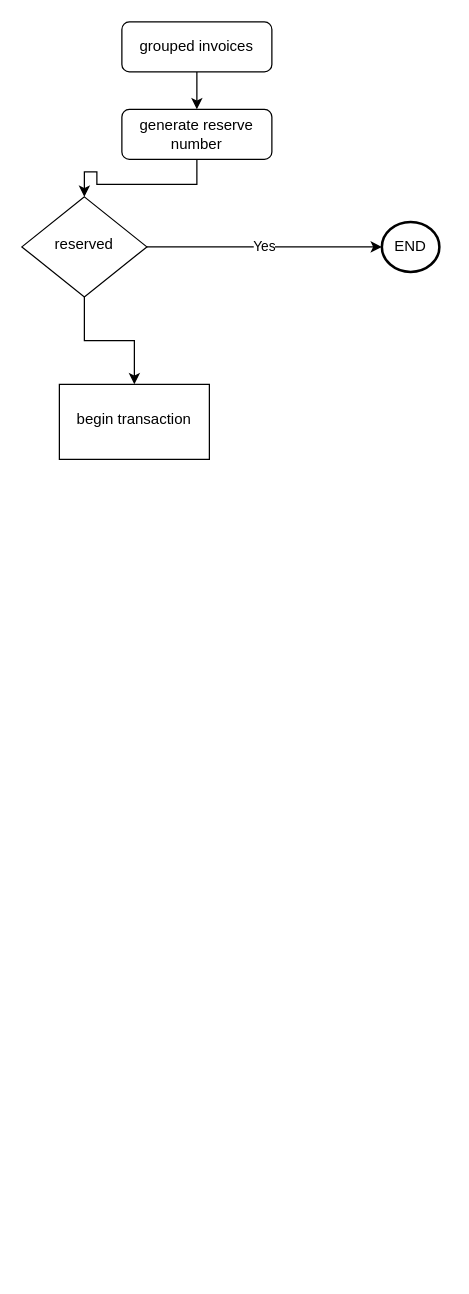
Above: ncc_flow.drawio in yi2003/diagram (draw.io), before the change. Source tidied: cells renumbered, new cells numbered last; positions are measured from the earlier drawing's top-left corner, leaving out a move shared by most shapes. Both pictures are drawn from the tidied source at 125%, with x=0, y=0 at pixel (21, 21).
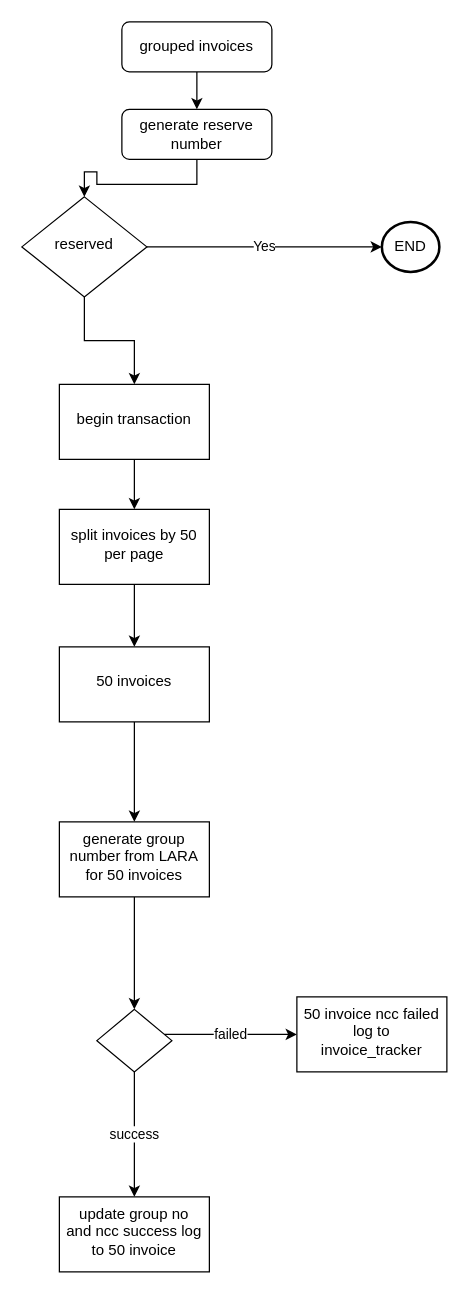
The same diagram, later.

The change refers to these unchanged cells:
```xml
<mxCell id="10" value="begin transaction" style="whiteSpace=wrap;html=1;shadow=0;strokeWidth=1;spacing=6;spacingTop=-4;" parent="1" vertex="1">
  <mxGeometry x="30" y="290" width="120" height="60" as="geometry" />
</mxCell>
```

Diff of the diagram source:
```diff
@@
+    <mxCell id="11" style="edgeStyle=orthogonalEdgeStyle;rounded=0;jettySize=auto;html=1;" parent="1" edge="1" source="10" target="13">
+      <mxGeometry relative="1" as="geometry" />
+    </mxCell>
@@
+    <mxCell id="12" style="edgeStyle=orthogonalEdgeStyle;rounded=0;jettySize=auto;html=1;" parent="1" edge="1" source="13" target="15">
+      <mxGeometry relative="1" as="geometry" />
+    </mxCell>
+    <mxCell id="13" value="split invoices by 50 per page" style="whiteSpace=wrap;html=1;shadow=0;strokeWidth=1;spacing=6;spacingTop=-4;" parent="1" vertex="1">
+      <mxGeometry x="30" y="390" width="120" height="60" as="geometry" />
+    </mxCell>
+    <mxCell id="14" style="edgeStyle=orthogonalEdgeStyle;rounded=0;jettySize=auto;html=1;" parent="1" edge="1" source="15" target="17">
+      <mxGeometry relative="1" as="geometry" />
+    </mxCell>
+    <mxCell id="15" value="50 invoices" style="whiteSpace=wrap;html=1;shadow=0;strokeWidth=1;spacing=6;spacingTop=-4;" parent="1" vertex="1">
+      <mxGeometry x="30" y="500" width="120" height="60" as="geometry" />
+    </mxCell>
+    <mxCell id="16" style="edgeStyle=orthogonalEdgeStyle;rounded=0;jettySize=auto;html=1;" parent="1" edge="1" source="17" target="20">
+      <mxGeometry relative="1" as="geometry" />
+    </mxCell>
+    <mxCell id="17" value="generate group number from LARA for 50 invoices" style="whiteSpace=wrap;html=1;shadow=0;strokeWidth=1;spacing=6;spacingTop=-4;" parent="1" vertex="1">
+      <mxGeometry x="30" y="640" width="120" height="60" as="geometry" />
+    </mxCell>
+    <mxCell id="18" value="failed" style="edgeStyle=orthogonalEdgeStyle;rounded=0;jettySize=auto;html=1;" parent="1" edge="1" source="20" target="21">
+      <mxGeometry relative="1" as="geometry">
+        <Array as="points">
+          <mxPoint x="150" y="810" />
+          <mxPoint x="150" y="810" />
+        </Array>
+      </mxGeometry>
+    </mxCell>
+    <mxCell id="19" value="success" style="edgeStyle=orthogonalEdgeStyle;rounded=0;jettySize=auto;html=1;" parent="1" edge="1" source="20" target="22">
+      <mxGeometry relative="1" as="geometry" />
+    </mxCell>
+    <mxCell id="20" style="rhombus;whiteSpace=wrap;html=1;shadow=0;strokeWidth=1;spacing=6;spacingTop=-4;" parent="1" vertex="1">
+      <mxGeometry x="60" y="790" width="60" height="50" as="geometry" />
+    </mxCell>
+    <mxCell id="21" value="50 invoice ncc failed log to invoice_tracker" style="whiteSpace=wrap;html=1;shadow=0;strokeWidth=1;spacing=6;spacingTop=-4;" parent="1" vertex="1">
+      <mxGeometry x="220" y="780" width="120" height="60" as="geometry" />
+    </mxCell>
+    <mxCell id="22" value="update group no and ncc success log to 50 invoice" style="whiteSpace=wrap;html=1;shadow=0;strokeWidth=1;spacing=6;spacingTop=-4;" parent="1" vertex="1">
+      <mxGeometry x="30" y="940" width="120" height="60" as="geometry" />
+    </mxCell>
```
